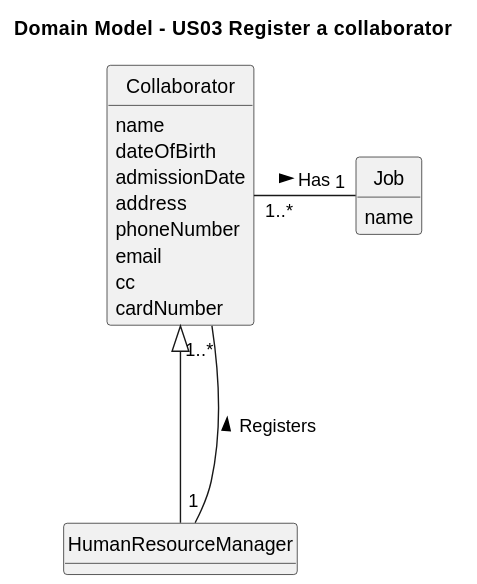
This is docs/sprint2/us03/02.analysis/svg/us03-domain-model.svg from Departamento-de-Engenharia-Informatica/lei-24-s2-1db-g022, a PlantUML export, as it was before one commit.
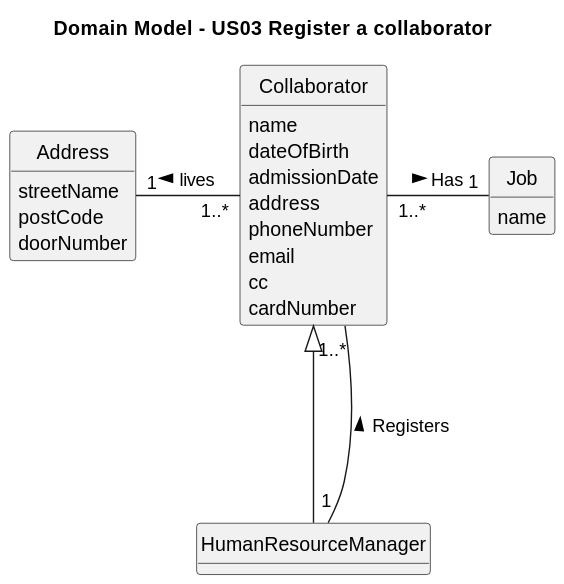
Later version of the same file.

Diff of the diagram source:
```diff
@@ -26,7 +26,14 @@
     name
 }
 
+class Address{
+    streetName
+    postCode
+    doorNumber
+}
+
 Collaborator  <|---  HumanResourceManager
 HumanResourceManager "1" --- "1..*" Collaborator : Registers >
 Collaborator "1..*" - "1" Job : Has >
+Address "1" - "1..*" Collaborator : < lives
 @enduml
```
